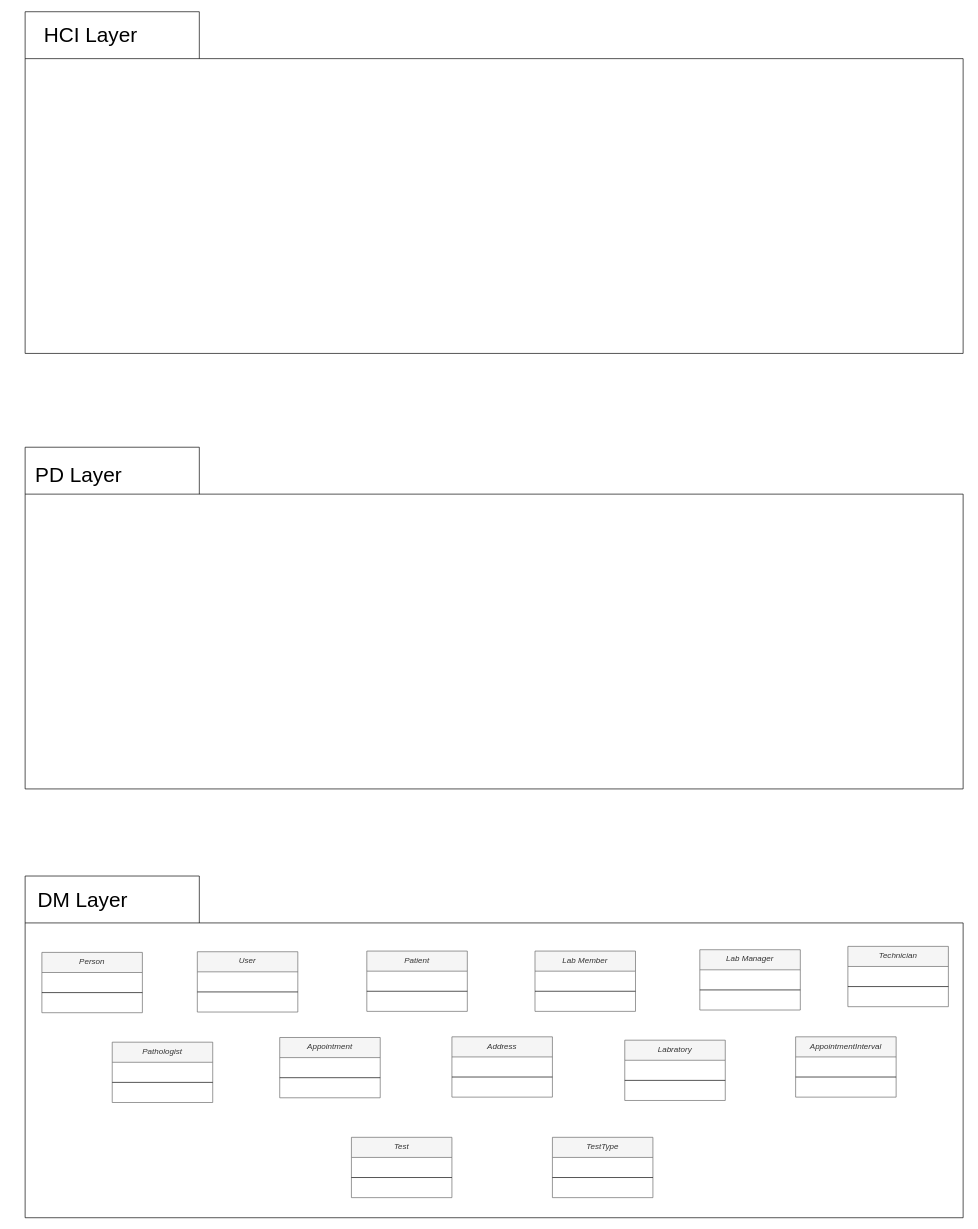
The draw.io diagram PackageDiagram.drawio in ArashSameni/SoftwareEngineering, before the edit. Source tidied: cells renumbered, new cells numbered last; positions are measured from the earlier drawing's top-left corner, leaving out a move shared by most shapes. Both pictures are drawn from the tidied source at 67%, with x=0, y=0 at pixel (11, 11).
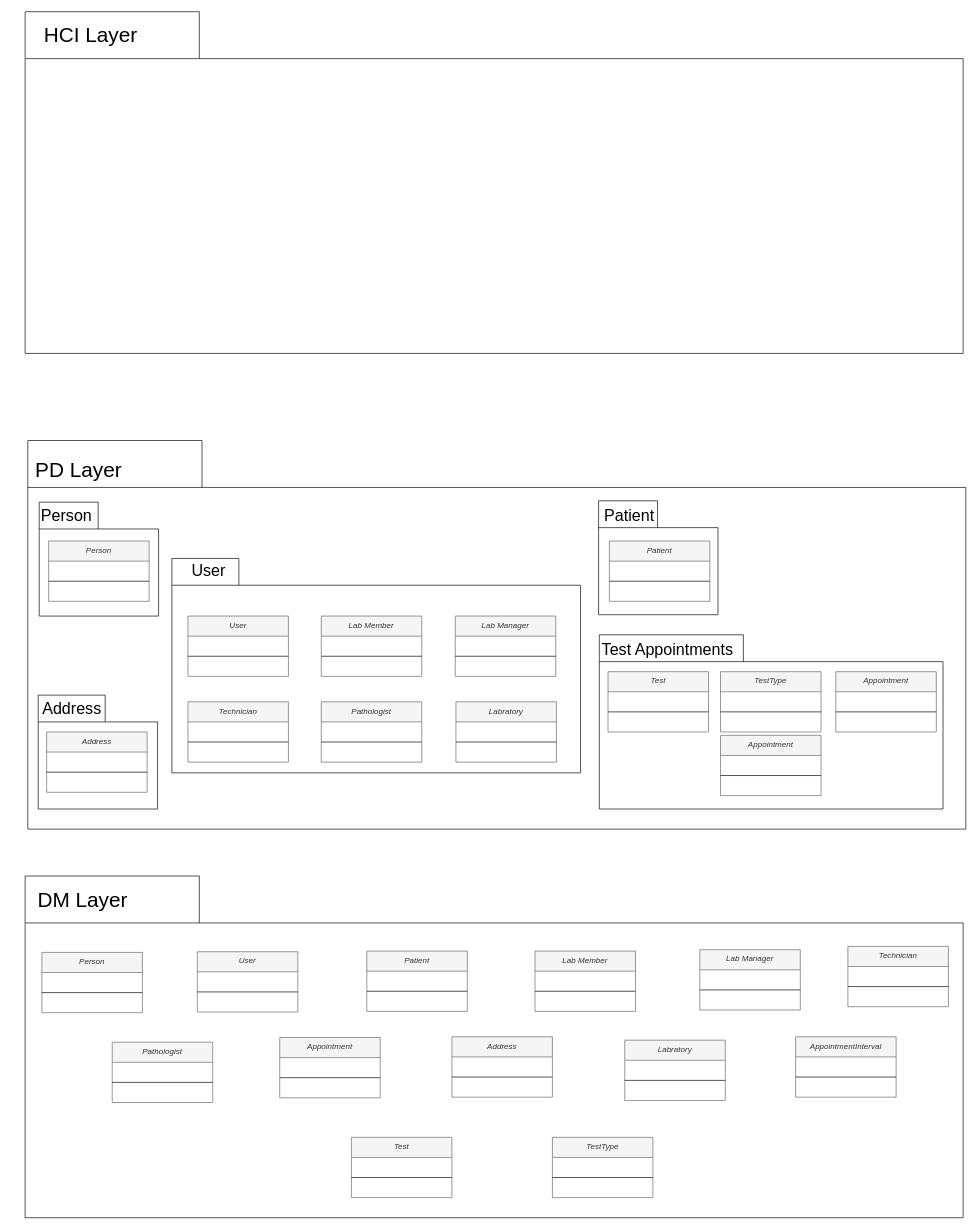
Above is the later version.

Diff of the diagram source:
```diff
@@
     <mxCell id="30" style="shape=folder;fontStyle=1;spacingTop=10;tabWidth=260;tabHeight=70;tabPosition=left;html=1;whiteSpace=wrap;hachureGap=4;fontFamily=Helvetica;fontSize=20;" parent="1" vertex="1">
-      <mxGeometry x="20" y="650" width="1400" height="510" as="geometry" />
+      <mxGeometry x="24" y="640" width="1400" height="580" as="geometry" />
     </mxCell>
     <mxCell id="31" value="&lt;font style=&quot;font-size: 31px;&quot;&gt;PD Layer&lt;/font&gt;" style="text;html=1;strokeColor=none;fillColor=none;align=center;verticalAlign=middle;whiteSpace=wrap;rounded=0;" parent="1" vertex="1">
-      <mxGeometry y="676" width="200" height="30" as="geometry" />
+      <mxGeometry y="669" width="200" height="30" as="geometry" />
     </mxCell>
@@
+    <mxCell id="34" style="shape=folder;fontStyle=1;spacingTop=10;tabWidth=88;tabHeight=40;tabPosition=left;html=1;whiteSpace=wrap;hachureGap=4;fontFamily=Helvetica;fontSize=20;" parent="1" vertex="1">
+      <mxGeometry x="41" y="732" width="178.2" height="170" as="geometry" />
+    </mxCell>
+    <mxCell id="35" value="&lt;font style=&quot;font-size: 24px;&quot;&gt;Person&lt;/font&gt;" style="text;html=1;strokeColor=none;fillColor=none;align=center;verticalAlign=middle;whiteSpace=wrap;rounded=0;" parent="1" vertex="1">
+      <mxGeometry x="6" y="732" width="152" height="40" as="geometry" />
+    </mxCell>
+    <mxCell id="36" value="Person" style="swimlane;fontStyle=2;align=center;verticalAlign=top;horizontal=1;startSize=30;rounded=0;shadow=0;strokeWidth=1;fillColor=#f5f5f5;fontColor=#333333;strokeColor=#666666;" parent="1" vertex="1">
+      <mxGeometry x="55.1" y="790" width="150" height="90" as="geometry" />
+    </mxCell>
+    <mxCell id="37" style="line;html=1;strokeWidth=1;align=left;verticalAlign=middle;spacingTop=-1;spacingLeft=3;spacingRight=3;labelPosition=right;" parent="36" vertex="1">
+      <mxGeometry y="30" width="150" height="60" as="geometry" />
+    </mxCell>
+    <mxCell id="38" style="shape=folder;fontStyle=1;spacingTop=10;tabWidth=100;tabHeight=40;tabPosition=left;html=1;whiteSpace=wrap;hachureGap=4;fontFamily=Helvetica;fontSize=20;" parent="1" vertex="1">
+      <mxGeometry x="39.5" y="1020" width="178.2" height="170" as="geometry" />
+    </mxCell>
+    <mxCell id="39" value="&lt;font style=&quot;font-size: 24px;&quot;&gt;Address&lt;/font&gt;" style="text;html=1;strokeColor=none;fillColor=none;align=center;verticalAlign=middle;whiteSpace=wrap;rounded=0;" parent="1" vertex="1">
+      <mxGeometry x="14" y="1020" width="152" height="40" as="geometry" />
+    </mxCell>
+    <mxCell id="40" value="Address" style="swimlane;fontStyle=2;align=center;verticalAlign=top;horizontal=1;startSize=30;rounded=0;shadow=0;strokeWidth=1;fillColor=#f5f5f5;fontColor=#333333;strokeColor=#666666;" parent="1" vertex="1">
+      <mxGeometry x="52.1" y="1075" width="150" height="90" as="geometry" />
+    </mxCell>
+    <mxCell id="41" style="line;html=1;strokeWidth=1;align=left;verticalAlign=middle;spacingTop=-1;spacingLeft=3;spacingRight=3;labelPosition=right;" parent="40" vertex="1">
+      <mxGeometry y="30" width="150" height="60" as="geometry" />
+    </mxCell>
+    <mxCell id="42" style="shape=folder;fontStyle=1;spacingTop=10;tabWidth=100;tabHeight=40;tabPosition=left;html=1;whiteSpace=wrap;hachureGap=4;fontFamily=Helvetica;fontSize=20;" parent="1" vertex="1">
+      <mxGeometry x="239" y="816" width="610" height="320" as="geometry" />
+    </mxCell>
+    <mxCell id="43" value="User" style="swimlane;fontStyle=2;align=center;verticalAlign=top;horizontal=1;startSize=30;rounded=0;shadow=0;strokeWidth=1;fillColor=#f5f5f5;fontColor=#333333;strokeColor=#666666;" parent="1" vertex="1">
+      <mxGeometry x="263" y="902" width="150" height="90" as="geometry" />
+    </mxCell>
+    <mxCell id="44" style="line;html=1;strokeWidth=1;align=left;verticalAlign=middle;spacingTop=-1;spacingLeft=3;spacingRight=3;labelPosition=right;" parent="43" vertex="1">
+      <mxGeometry y="30" width="150" height="60" as="geometry" />
+    </mxCell>
+    <mxCell id="45" value="Lab Member" style="swimlane;fontStyle=2;align=center;verticalAlign=top;horizontal=1;startSize=30;rounded=0;shadow=0;strokeWidth=1;fillColor=#f5f5f5;fontColor=#333333;strokeColor=#666666;" parent="1" vertex="1">
+      <mxGeometry x="462" y="902" width="150" height="90" as="geometry" />
+    </mxCell>
+    <mxCell id="46" style="line;html=1;strokeWidth=1;align=left;verticalAlign=middle;spacingTop=-1;spacingLeft=3;spacingRight=3;labelPosition=right;" parent="45" vertex="1">
+      <mxGeometry y="30" width="150" height="60" as="geometry" />
+    </mxCell>
+    <mxCell id="47" value="Lab Manager" style="swimlane;fontStyle=2;align=center;verticalAlign=top;horizontal=1;startSize=30;rounded=0;shadow=0;strokeWidth=1;fillColor=#f5f5f5;fontColor=#333333;strokeColor=#666666;" parent="1" vertex="1">
+      <mxGeometry x="662" y="902" width="150" height="90" as="geometry" />
+    </mxCell>
+    <mxCell id="48" style="line;html=1;strokeWidth=1;align=left;verticalAlign=middle;spacingTop=-1;spacingLeft=3;spacingRight=3;labelPosition=right;" parent="47" vertex="1">
+      <mxGeometry y="30" width="150" height="60" as="geometry" />
+    </mxCell>
+    <mxCell id="49" value="Technician" style="swimlane;fontStyle=2;align=center;verticalAlign=top;horizontal=1;startSize=30;rounded=0;shadow=0;strokeWidth=1;fillColor=#f5f5f5;fontColor=#333333;strokeColor=#666666;" parent="1" vertex="1">
+      <mxGeometry x="263" y="1030" width="150" height="90" as="geometry" />
+    </mxCell>
+    <mxCell id="50" style="line;html=1;strokeWidth=1;align=left;verticalAlign=middle;spacingTop=-1;spacingLeft=3;spacingRight=3;labelPosition=right;" parent="49" vertex="1">
+      <mxGeometry y="30" width="150" height="60" as="geometry" />
+    </mxCell>
+    <mxCell id="51" value="Pathologist" style="swimlane;fontStyle=2;align=center;verticalAlign=top;horizontal=1;startSize=30;rounded=0;shadow=0;strokeWidth=1;fillColor=#f5f5f5;fontColor=#333333;strokeColor=#666666;" parent="1" vertex="1">
+      <mxGeometry x="462" y="1030" width="150" height="90" as="geometry" />
+    </mxCell>
+    <mxCell id="52" style="line;html=1;strokeWidth=1;align=left;verticalAlign=middle;spacingTop=-1;spacingLeft=3;spacingRight=3;labelPosition=right;" parent="51" vertex="1">
+      <mxGeometry y="30" width="150" height="60" as="geometry" />
+    </mxCell>
+    <mxCell id="53" value="Labratory" style="swimlane;fontStyle=2;align=center;verticalAlign=top;horizontal=1;startSize=30;rounded=0;shadow=0;strokeWidth=1;fillColor=#f5f5f5;fontColor=#333333;strokeColor=#666666;" parent="1" vertex="1">
+      <mxGeometry x="663" y="1030" width="150" height="90" as="geometry" />
+    </mxCell>
+    <mxCell id="54" style="line;html=1;strokeWidth=1;align=left;verticalAlign=middle;spacingTop=-1;spacingLeft=3;spacingRight=3;labelPosition=right;" parent="53" vertex="1">
+      <mxGeometry y="30" width="150" height="60" as="geometry" />
+    </mxCell>
+    <mxCell id="55" value="&lt;font style=&quot;font-size: 24px;&quot;&gt;User&lt;/font&gt;" style="text;html=1;strokeColor=none;fillColor=none;align=center;verticalAlign=middle;whiteSpace=wrap;rounded=0;" parent="1" vertex="1">
+      <mxGeometry x="217.8" y="815" width="152" height="40" as="geometry" />
+    </mxCell>
+    <mxCell id="56" style="shape=folder;fontStyle=1;spacingTop=10;tabWidth=88;tabHeight=40;tabPosition=left;html=1;whiteSpace=wrap;hachureGap=4;fontFamily=Helvetica;fontSize=20;" parent="1" vertex="1">
+      <mxGeometry x="875.9" y="730" width="178.2" height="170" as="geometry" />
+    </mxCell>
+    <mxCell id="57" value="Patient" style="swimlane;fontStyle=2;align=center;verticalAlign=top;horizontal=1;startSize=30;rounded=0;shadow=0;strokeWidth=1;fillColor=#f5f5f5;fontColor=#333333;strokeColor=#666666;" parent="1" vertex="1">
+      <mxGeometry x="892" y="790" width="150" height="90" as="geometry" />
+    </mxCell>
+    <mxCell id="58" style="line;html=1;strokeWidth=1;align=left;verticalAlign=middle;spacingTop=-1;spacingLeft=3;spacingRight=3;labelPosition=right;" parent="57" vertex="1">
+      <mxGeometry y="30" width="150" height="60" as="geometry" />
+    </mxCell>
+    <mxCell id="59" value="&lt;font style=&quot;font-size: 24px;&quot;&gt;Patient&lt;/font&gt;" style="text;html=1;strokeColor=none;fillColor=none;align=center;verticalAlign=middle;whiteSpace=wrap;rounded=0;" parent="1" vertex="1">
+      <mxGeometry x="846" y="732" width="152" height="40" as="geometry" />
+    </mxCell>
+    <mxCell id="60" style="shape=folder;fontStyle=1;spacingTop=10;tabWidth=215;tabHeight=40;tabPosition=left;html=1;whiteSpace=wrap;hachureGap=4;fontFamily=Helvetica;fontSize=20;" parent="1" vertex="1">
+      <mxGeometry x="877" y="930" width="513" height="260" as="geometry" />
+    </mxCell>
+    <mxCell id="61" value="&lt;font style=&quot;font-size: 24px;&quot;&gt;Test Appointments&lt;/font&gt;" style="text;html=1;strokeColor=none;fillColor=none;align=center;verticalAlign=middle;whiteSpace=wrap;rounded=0;" parent="1" vertex="1">
+      <mxGeometry x="852" y="932" width="254.1" height="40" as="geometry" />
+    </mxCell>
+    <mxCell id="62" value="Test" style="swimlane;fontStyle=2;align=center;verticalAlign=top;horizontal=1;startSize=30;rounded=0;shadow=0;strokeWidth=1;fillColor=#f5f5f5;fontColor=#333333;strokeColor=#666666;" parent="1" vertex="1">
+      <mxGeometry x="890" y="985" width="150" height="90" as="geometry" />
+    </mxCell>
+    <mxCell id="63" style="line;html=1;strokeWidth=1;align=left;verticalAlign=middle;spacingTop=-1;spacingLeft=3;spacingRight=3;labelPosition=right;" parent="62" vertex="1">
+      <mxGeometry y="30" width="150" height="60" as="geometry" />
+    </mxCell>
+    <mxCell id="64" value="TestType" style="swimlane;fontStyle=2;align=center;verticalAlign=top;horizontal=1;startSize=30;rounded=0;shadow=0;strokeWidth=1;fillColor=#f5f5f5;fontColor=#333333;strokeColor=#666666;" parent="1" vertex="1">
+      <mxGeometry x="1057.9" y="985" width="150" height="90" as="geometry" />
+    </mxCell>
+    <mxCell id="65" style="line;html=1;strokeWidth=1;align=left;verticalAlign=middle;spacingTop=-1;spacingLeft=3;spacingRight=3;labelPosition=right;" parent="64" vertex="1">
+      <mxGeometry y="30" width="150" height="60" as="geometry" />
+    </mxCell>
+    <mxCell id="66" value="Appointment" style="swimlane;fontStyle=2;align=center;verticalAlign=top;horizontal=1;startSize=30;rounded=0;shadow=0;strokeWidth=1;fillColor=#f5f5f5;fontColor=#333333;strokeColor=#666666;" parent="1" vertex="1">
+      <mxGeometry x="1230" y="985" width="150" height="90" as="geometry" />
+    </mxCell>
+    <mxCell id="67" style="line;html=1;strokeWidth=1;align=left;verticalAlign=middle;spacingTop=-1;spacingLeft=3;spacingRight=3;labelPosition=right;" parent="66" vertex="1">
+      <mxGeometry y="30" width="150" height="60" as="geometry" />
+    </mxCell>
+    <mxCell id="68" value="Appointment" style="swimlane;fontStyle=2;align=center;verticalAlign=top;horizontal=1;startSize=30;rounded=0;shadow=0;strokeWidth=1;fillColor=#f5f5f5;fontColor=#333333;strokeColor=#666666;" parent="1" vertex="1">
+      <mxGeometry x="1057.9" y="1080" width="150" height="90" as="geometry" />
+    </mxCell>
+    <mxCell id="69" style="line;html=1;strokeWidth=1;align=left;verticalAlign=middle;spacingTop=-1;spacingLeft=3;spacingRight=3;labelPosition=right;" parent="68" vertex="1">
+      <mxGeometry y="30" width="150" height="60" as="geometry" />
+    </mxCell>
```
